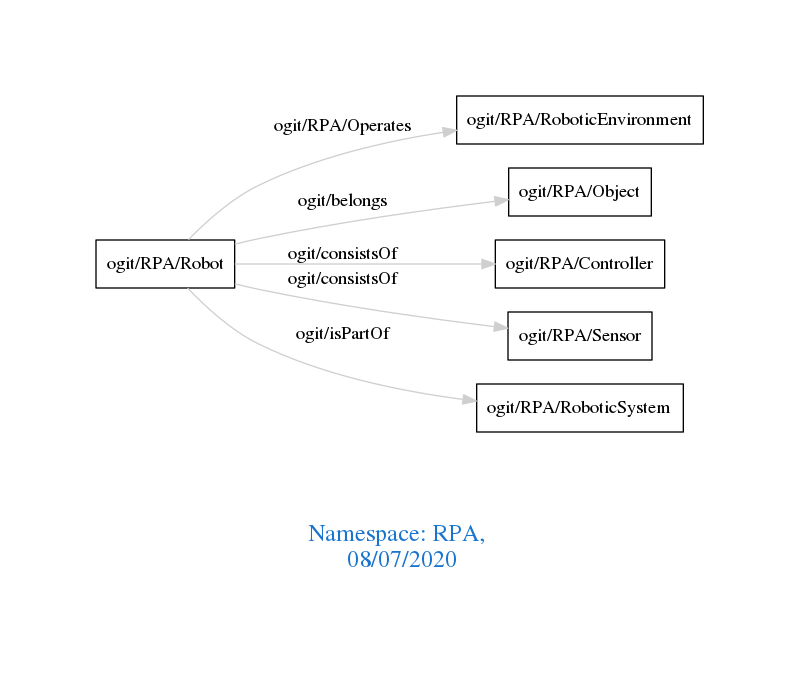
Before: downloads/RPA.png, a diagram exported from Graphviz (arago/OGIT). Its source is kept beside it as downloads/RPA.dot.
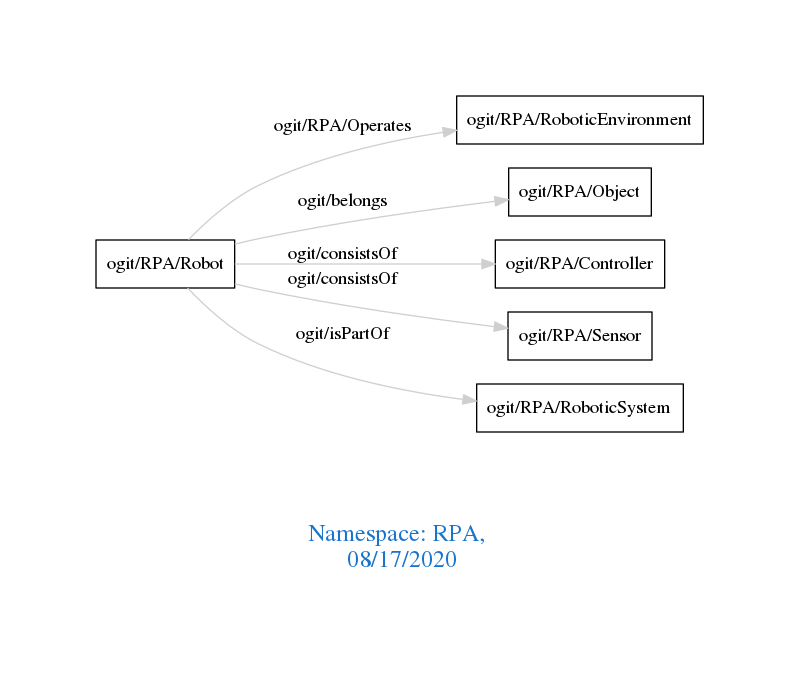
The same file after the commit.

Change to the diagram source:
```diff
@@ -1,7 +1,7 @@
 digraph OGIT_ontology {
  graph [ rankdir= LR,pad=1
 fontsize = 18,
-fontcolor= dodgerblue3,label = "\n\n\nNamespace: RPA, \n 08/07/2020"];
+fontcolor= dodgerblue3,label = "\n\n\nNamespace: RPA, \n 08/17/2020"];
 node[shape=polygon];
 edge [  color="gray81"];
 
```
